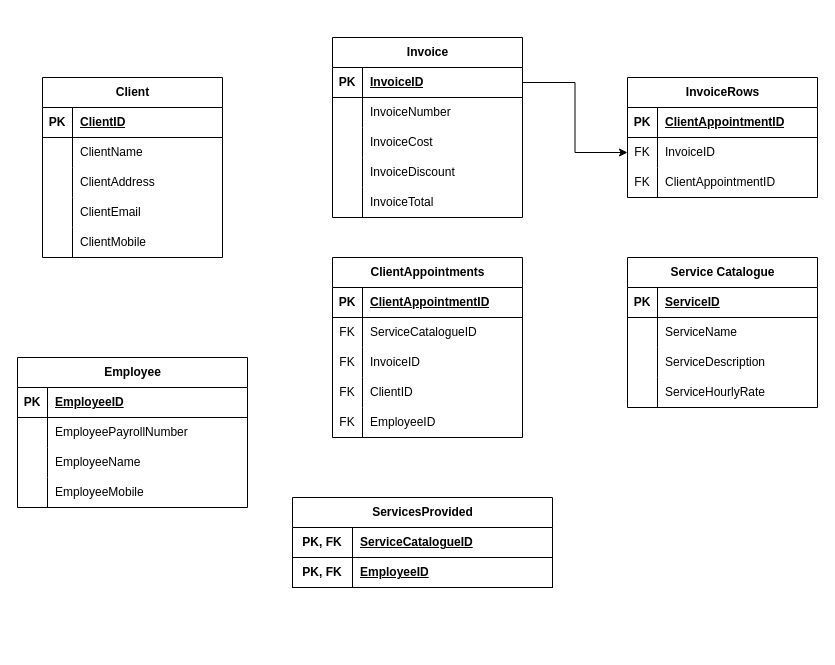
Above: DBMS/Coursework/DDI CW.drawio in 07prajwal2000/UWS---Works-and-Assignments (draw.io), before the change. Source tidied: cells renumbered, new cells numbered last; positions are measured from the earlier drawing's top-left corner, leaving out a move shared by most shapes. Both pictures are drawn from the tidied source at 100%, with x=0, y=0 at pixel (17, 37).
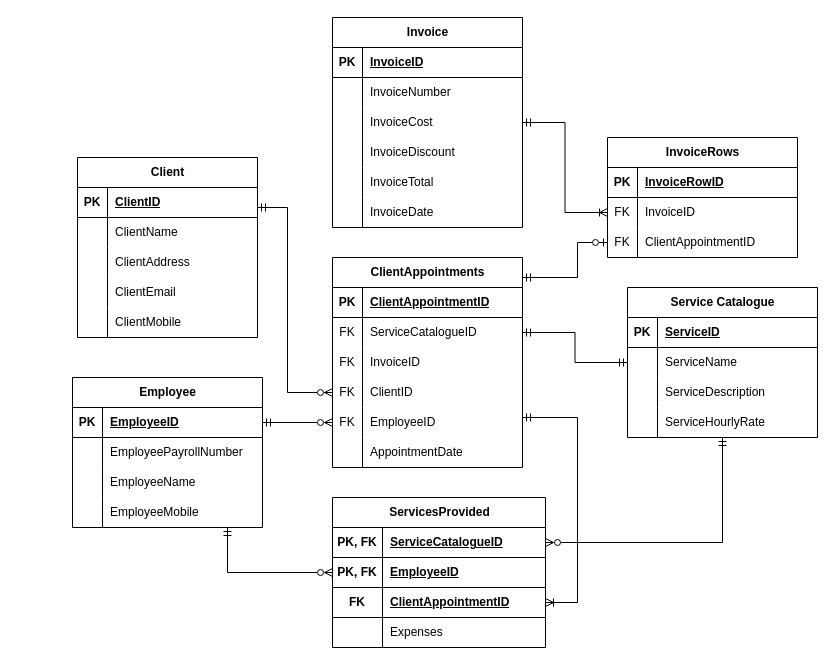
After the change.

The change refers to these unchanged cells:
```xml
<mxCell id="45" style="shape=tableRow;horizontal=0;startSize=0;swimlaneHead=0;swimlaneBody=0;fillColor=none;points=[[0,0.5],[1,0.5]];portConstraint=eastwest;top=0;left=0;right=0;bottom=1;" parent="44" vertex="1">
  <mxGeometry y="30" width="190" height="30" as="geometry" />
</mxCell>
<mxCell id="64" style="shape=tableRow;horizontal=0;startSize=0;swimlaneHead=0;swimlaneBody=0;fillColor=none;points=[[0,0.5],[1,0.5]];portConstraint=eastwest;top=0;left=0;right=0;bottom=0;" parent="60" vertex="1">
  <mxGeometry y="60" width="190" height="30" as="geometry" />
</mxCell>
<mxCell id="70" style="shape=tableRow;horizontal=0;startSize=0;swimlaneHead=0;swimlaneBody=0;fillColor=none;points=[[0,0.5],[1,0.5]];portConstraint=eastwest;top=0;left=0;right=0;bottom=0;" parent="60" vertex="1">
  <mxGeometry y="120" width="190" height="30" as="geometry" />
</mxCell>
<mxCell id="73" style="shape=tableRow;horizontal=0;startSize=0;swimlaneHead=0;swimlaneBody=0;fillColor=none;points=[[0,0.5],[1,0.5]];portConstraint=eastwest;top=0;left=0;right=0;bottom=0;" parent="60" vertex="1">
  <mxGeometry y="150" width="190" height="30" as="geometry" />
</mxCell>
<mxCell id="84" style="shape=tableRow;horizontal=0;startSize=0;swimlaneHead=0;swimlaneBody=0;fillColor=none;top=0;left=0;right=0;bottom=1;" parent="83" vertex="1">
  <mxGeometry y="30" width="190" height="30" as="geometry" />
</mxCell>
<mxCell id="87" style="shape=tableRow;horizontal=0;startSize=0;swimlaneHead=0;swimlaneBody=0;fillColor=none;points=[[0,0.5],[1,0.5]];portConstraint=eastwest;top=0;left=0;right=0;bottom=0;" parent="83" vertex="1">
  <mxGeometry y="60" width="190" height="30" as="geometry" />
</mxCell>
<mxCell id="90" style="shape=tableRow;horizontal=0;startSize=0;swimlaneHead=0;swimlaneBody=0;fillColor=none;points=[[0,0.5],[1,0.5]];portConstraint=eastwest;top=0;left=0;right=0;bottom=0;" parent="83" vertex="1">
  <mxGeometry y="90" width="190" height="30" as="geometry" />
</mxCell>
```

Diff of the diagram source:
```diff
@@
     <mxCell id="2" value="Client" style="shape=table;startSize=30;childLayout=tableLayout;rowLines=0;fontStyle=1;align=center;html=1;" parent="1" vertex="1">
-      <mxGeometry x="25" y="40" width="180" height="180" as="geometry" />
+      <mxGeometry x="60" y="120" width="180" height="180" as="geometry" />
     </mxCell>
@@
     <mxCell id="18" value="Employee" style="shape=table;startSize=30;childLayout=tableLayout;rowLines=0;fontStyle=1;align=center;html=1;" parent="1" vertex="1">
-      <mxGeometry y="320" width="230" height="150" as="geometry" />
+      <mxGeometry x="55" y="340" width="190" height="150" as="geometry" />
     </mxCell>
     <mxCell id="19" style="shape=tableRow;horizontal=0;startSize=0;swimlaneHead=0;swimlaneBody=0;fillColor=none;points=[[0,0.5],[1,0.5]];portConstraint=eastwest;top=0;left=0;right=0;bottom=1;" parent="18" vertex="1">
-      <mxGeometry y="30" width="230" height="30" as="geometry" />
+      <mxGeometry y="30" width="190" height="30" as="geometry" />
     </mxCell>
@@
     <mxCell id="21" value="EmployeeID" style="shape=partialRectangle;fillColor=none;top=0;left=0;bottom=0;right=0;align=left;spacingLeft=6;fontStyle=5;overflow=hidden;whiteSpace=wrap;html=1;" parent="19" vertex="1">
-      <mxGeometry x="30" width="200" height="30" as="geometry" />
+      <mxGeometry x="30" width="160" height="30" as="geometry" />
     </mxCell>
     <mxCell id="22" style="shape=tableRow;horizontal=0;startSize=0;swimlaneHead=0;swimlaneBody=0;fillColor=none;top=0;left=0;right=0;bottom=0;" parent="18" vertex="1">
-      <mxGeometry y="60" width="230" height="30" as="geometry" />
+      <mxGeometry y="60" width="190" height="30" as="geometry" />
     </mxCell>
@@
     <mxCell id="24" value="EmployeePayrollNumber" style="shape=partialRectangle;fillColor=none;top=0;left=0;bottom=0;right=0;align=left;spacingLeft=6;overflow=hidden;whiteSpace=wrap;html=1;" parent="22" vertex="1">
-      <mxGeometry x="30" width="200" height="30" as="geometry" />
+      <mxGeometry x="30" width="160" height="30" as="geometry" />
     </mxCell>
     <mxCell id="25" style="shape=tableRow;horizontal=0;startSize=0;swimlaneHead=0;swimlaneBody=0;fillColor=none;top=0;left=0;right=0;bottom=0;" parent="18" vertex="1">
-      <mxGeometry y="90" width="230" height="30" as="geometry" />
+      <mxGeometry y="90" width="190" height="30" as="geometry" />
     </mxCell>
@@
     <mxCell id="27" value="EmployeeName" style="shape=partialRectangle;fillColor=none;top=0;left=0;bottom=0;right=0;align=left;spacingLeft=6;overflow=hidden;whiteSpace=wrap;html=1;" parent="25" vertex="1">
-      <mxGeometry x="30" width="200" height="30" as="geometry" />
+      <mxGeometry x="30" width="160" height="30" as="geometry" />
     </mxCell>
     <mxCell id="28" style="shape=tableRow;horizontal=0;startSize=0;swimlaneHead=0;swimlaneBody=0;fillColor=none;top=0;left=0;right=0;bottom=0;" parent="18" vertex="1">
-      <mxGeometry y="120" width="230" height="30" as="geometry" />
+      <mxGeometry y="120" width="190" height="30" as="geometry" />
     </mxCell>
@@
     <mxCell id="30" value="EmployeeMobile" style="shape=partialRectangle;fillColor=none;top=0;left=0;bottom=0;right=0;align=left;spacingLeft=6;overflow=hidden;whiteSpace=wrap;html=1;" parent="28" vertex="1">
-      <mxGeometry x="30" width="200" height="30" as="geometry" />
+      <mxGeometry x="30" width="160" height="30" as="geometry" />
     </mxCell>
     <mxCell id="31" value="Service Catalogue" style="shape=table;startSize=30;childLayout=tableLayout;rowLines=0;fontStyle=1;align=center;html=1;" parent="1" vertex="1">
-      <mxGeometry x="610" y="220" width="190" height="150" as="geometry" />
+      <mxGeometry x="610" y="250" width="190" height="150" as="geometry" />
     </mxCell>
@@
     <mxCell id="44" value="Invoice" style="shape=table;startSize=30;childLayout=tableLayout;rowLines=0;fontStyle=1;align=center;html=1;" parent="1" vertex="1">
-      <mxGeometry x="315" width="190" height="180" as="geometry" />
+      <mxGeometry x="315" y="-20" width="190" height="210" as="geometry" />
     </mxCell>
@@
+    <mxCell id="94" style="shape=tableRow;horizontal=0;startSize=0;swimlaneHead=0;swimlaneBody=0;fillColor=none;top=0;left=0;right=0;bottom=0;" parent="44" vertex="1">
+      <mxGeometry y="180" width="190" height="30" as="geometry" />
+    </mxCell>
+    <mxCell id="95" style="shape=partialRectangle;fillColor=none;top=0;left=0;bottom=0;right=0;overflow=hidden;whiteSpace=wrap;html=1;" parent="94" vertex="1">
+      <mxGeometry width="30" height="30" as="geometry" />
+    </mxCell>
+    <mxCell id="96" value="InvoiceDate" style="shape=partialRectangle;fillColor=none;top=0;left=0;bottom=0;right=0;align=left;spacingLeft=6;overflow=hidden;whiteSpace=wrap;html=1;" parent="94" vertex="1">
+      <mxGeometry x="30" width="160" height="30" as="geometry" />
+    </mxCell>
     <mxCell id="60" value="ClientAppointments" style="shape=table;startSize=30;childLayout=tableLayout;rowLines=0;fontStyle=1;align=center;html=1;" parent="1" vertex="1">
-      <mxGeometry x="315" y="220" width="190" height="180" as="geometry" />
+      <mxGeometry x="315" y="220" width="190" height="210" as="geometry" />
     </mxCell>
@@
-    <mxCell id="76" value="ServicesProvided" style="shape=table;startSize=30;childLayout=tableLayout;rowLines=0;fontStyle=1;align=center;html=1;" parent="1" vertex="1">
-      <mxGeometry x="275" y="460" width="260" height="90" as="geometry" />
-    </mxCell>
-    <mxCell id="77" style="shape=tableRow;horizontal=0;startSize=0;swimlaneHead=0;swimlaneBody=0;fillColor=none;top=0;left=0;right=0;bottom=1;" parent="76" vertex="1">
-      <mxGeometry y="30" width="260" height="30" as="geometry" />
-    </mxCell>
-    <mxCell id="78" value="PK, FK" style="shape=partialRectangle;fillColor=none;top=0;left=0;bottom=0;right=0;fontStyle=1;overflow=hidden;whiteSpace=wrap;html=1;" parent="77" vertex="1">
-      <mxGeometry width="60" height="30" as="geometry" />
-    </mxCell>
-    <mxCell id="79" value="ServiceCatalogueID" style="shape=partialRectangle;fillColor=none;top=0;left=0;bottom=0;right=0;align=left;spacingLeft=6;fontStyle=5;overflow=hidden;whiteSpace=wrap;html=1;" parent="77" vertex="1">
-      <mxGeometry x="60" width="200" height="30" as="geometry" />
-    </mxCell>
-    <mxCell id="80" style="shape=tableRow;horizontal=0;startSize=0;swimlaneHead=0;swimlaneBody=0;fillColor=none;top=0;left=0;right=0;bottom=1;" parent="76" vertex="1">
-      <mxGeometry y="60" width="260" height="30" as="geometry" />
-    </mxCell>
-    <mxCell id="81" value="PK, FK" style="shape=partialRectangle;fillColor=none;top=0;left=0;bottom=0;right=0;fontStyle=1;overflow=hidden;whiteSpace=wrap;html=1;" parent="80" vertex="1">
-      <mxGeometry width="60" height="30" as="geometry" />
-    </mxCell>
-    <mxCell id="82" value="EmployeeID" style="shape=partialRectangle;fillColor=none;top=0;left=0;bottom=0;right=0;align=left;spacingLeft=6;fontStyle=5;overflow=hidden;whiteSpace=wrap;html=1;" parent="80" vertex="1">
-      <mxGeometry x="60" width="200" height="30" as="geometry" />
-    </mxCell>
+    <mxCell id="97" style="shape=tableRow;horizontal=0;startSize=0;swimlaneHead=0;swimlaneBody=0;fillColor=none;top=0;left=0;right=0;bottom=0;" parent="60" vertex="1">
+      <mxGeometry y="180" width="190" height="30" as="geometry" />
+    </mxCell>
+    <mxCell id="98" style="shape=partialRectangle;fillColor=none;top=0;left=0;bottom=0;right=0;overflow=hidden;whiteSpace=wrap;html=1;" parent="97" vertex="1">
+      <mxGeometry width="30" height="30" as="geometry" />
+    </mxCell>
+    <mxCell id="99" value="AppointmentDate" style="shape=partialRectangle;fillColor=none;top=0;left=0;bottom=0;right=0;align=left;spacingLeft=6;overflow=hidden;whiteSpace=wrap;html=1;" parent="97" vertex="1">
+      <mxGeometry x="30" width="160" height="30" as="geometry" />
+    </mxCell>
     <mxCell id="83" value="InvoiceRows" style="shape=table;startSize=30;childLayout=tableLayout;rowLines=0;fontStyle=1;align=center;html=1;" parent="1" vertex="1">
-      <mxGeometry x="610" y="40" width="190" height="120" as="geometry" />
+      <mxGeometry x="590" y="100" width="190" height="120" as="geometry" />
     </mxCell>
@@
-    <mxCell id="86" value="ClientAppointmentID" style="shape=partialRectangle;fillColor=none;top=0;left=0;bottom=0;right=0;align=left;spacingLeft=6;fontStyle=5;overflow=hidden;whiteSpace=wrap;html=1;" parent="84" vertex="1">
+    <mxCell id="86" value="InvoiceRowID" style="shape=partialRectangle;fillColor=none;top=0;left=0;bottom=0;right=0;align=left;spacingLeft=6;fontStyle=5;overflow=hidden;whiteSpace=wrap;html=1;" parent="84" vertex="1">
       <mxGeometry x="30" width="160" height="30" as="geometry" />
     </mxCell>
@@
-    <mxCell id="93" style="edgeStyle=orthogonalEdgeStyle;rounded=0;jettySize=auto;html=1;exitX=1;exitY=0.5;exitDx=0;exitDy=0;" parent="1" edge="1" source="45" target="87">
+    <mxCell id="93" style="edgeStyle=orthogonalEdgeStyle;rounded=0;jettySize=auto;html=1;endArrow=ERoneToMany;endFill=0;startArrow=ERmandOne;startFill=0;" parent="1" edge="1" source="44" target="87">
       <mxGeometry relative="1" as="geometry" />
     </mxCell>
+    <mxCell id="100" style="edgeStyle=orthogonalEdgeStyle;rounded=0;jettySize=auto;html=1;endArrow=ERmandOne;endFill=0;startArrow=ERzeroToOne;startFill=0;" parent="1" edge="1" source="90" target="60">
+      <mxGeometry relative="1" as="geometry">
+        <Array as="points">
+          <mxPoint x="560" y="205" />
+          <mxPoint x="560" y="240" />
+        </Array>
+      </mxGeometry>
+    </mxCell>
+    <mxCell id="101" style="edgeStyle=orthogonalEdgeStyle;rounded=0;jettySize=auto;html=1;endArrow=ERmandOne;endFill=0;startArrow=ERmandOne;startFill=0;exitX=1;exitY=0.5;exitDx=0;exitDy=0;" parent="1" edge="1" source="64" target="31">
+      <mxGeometry relative="1" as="geometry" />
+    </mxCell>
+    <mxCell id="76" value="ServicesProvided" style="shape=table;startSize=30;childLayout=tableLayout;rowLines=0;fontStyle=1;align=center;html=1;" parent="1" vertex="1">
+      <mxGeometry x="315" y="460" width="213" height="150" as="geometry" />
+    </mxCell>
+    <mxCell id="102" style="shape=tableRow;horizontal=0;startSize=0;swimlaneHead=0;swimlaneBody=0;fillColor=none;points=[[0,0.5],[1,0.5]];portConstraint=eastwest;top=0;left=0;right=0;bottom=1;" parent="76" vertex="1">
+      <mxGeometry y="30" width="213" height="30" as="geometry" />
+    </mxCell>
+    <mxCell id="103" value="PK, FK" style="shape=partialRectangle;fillColor=none;top=0;left=0;bottom=0;right=0;fontStyle=1;overflow=hidden;whiteSpace=wrap;html=1;" parent="102" vertex="1">
+      <mxGeometry width="50" height="30" as="geometry" />
+    </mxCell>
+    <mxCell id="79" value="ServiceCatalogueID" style="shape=partialRectangle;fillColor=none;top=0;left=0;bottom=0;right=0;align=left;spacingLeft=6;fontStyle=5;overflow=hidden;whiteSpace=wrap;html=1;" parent="102" vertex="1">
+      <mxGeometry x="50" width="163" height="30" as="geometry" />
+    </mxCell>
+    <mxCell id="104" style="shape=tableRow;horizontal=0;startSize=0;swimlaneHead=0;swimlaneBody=0;fillColor=none;points=[[0,0.5],[1,0.5]];portConstraint=eastwest;top=0;left=0;right=0;bottom=1;" parent="76" vertex="1">
+      <mxGeometry y="60" width="213" height="30" as="geometry" />
+    </mxCell>
+    <mxCell id="105" value="PK, FK" style="shape=partialRectangle;fillColor=none;top=0;left=0;bottom=0;right=0;fontStyle=1;overflow=hidden;whiteSpace=wrap;html=1;" parent="104" vertex="1">
+      <mxGeometry width="50" height="30" as="geometry" />
+    </mxCell>
+    <mxCell id="82" value="EmployeeID" style="shape=partialRectangle;fillColor=none;top=0;left=0;bottom=0;right=0;align=left;spacingLeft=6;fontStyle=5;overflow=hidden;whiteSpace=wrap;html=1;" parent="104" vertex="1">
+      <mxGeometry x="50" width="163" height="30" as="geometry" />
+    </mxCell>
+    <mxCell id="106" style="shape=tableRow;horizontal=0;startSize=0;swimlaneHead=0;swimlaneBody=0;fillColor=none;points=[[0,0.5],[1,0.5]];portConstraint=eastwest;top=0;left=0;right=0;bottom=1;" parent="76" vertex="1">
+      <mxGeometry y="90" width="213" height="30" as="geometry" />
+    </mxCell>
+    <mxCell id="107" value="FK" style="shape=partialRectangle;fillColor=none;top=0;left=0;bottom=0;right=0;fontStyle=1;overflow=hidden;whiteSpace=wrap;html=1;" parent="106" vertex="1">
+      <mxGeometry width="50" height="30" as="geometry" />
+    </mxCell>
+    <mxCell id="108" value="ClientAppointmentID" style="shape=partialRectangle;fillColor=none;top=0;left=0;bottom=0;right=0;align=left;spacingLeft=6;fontStyle=5;overflow=hidden;whiteSpace=wrap;html=1;" parent="106" vertex="1">
+      <mxGeometry x="50" width="163" height="30" as="geometry" />
+    </mxCell>
+    <mxCell id="109" style="shape=tableRow;horizontal=0;startSize=0;swimlaneHead=0;swimlaneBody=0;fillColor=none;top=0;left=0;right=0;bottom=0;" parent="76" vertex="1">
+      <mxGeometry y="120" width="213" height="30" as="geometry" />
+    </mxCell>
+    <mxCell id="110" style="shape=partialRectangle;fillColor=none;top=0;left=0;bottom=0;right=0;overflow=hidden;whiteSpace=wrap;html=1;" parent="109" vertex="1">
+      <mxGeometry width="50" height="30" as="geometry" />
+    </mxCell>
+    <mxCell id="111" value="Expenses" style="shape=partialRectangle;fillColor=none;top=0;left=0;bottom=0;right=0;align=left;spacingLeft=6;overflow=hidden;whiteSpace=wrap;html=1;" parent="109" vertex="1">
+      <mxGeometry x="50" width="163" height="30" as="geometry" />
+    </mxCell>
+    <mxCell id="112" style="rounded=0;jettySize=auto;html=1;exitX=1;exitY=0.5;exitDx=0;exitDy=0;entryX=0;entryY=0.5;entryDx=0;entryDy=0;elbow=vertical;edgeStyle=orthogonalEdgeStyle;endArrow=ERzeroToMany;endFill=0;startArrow=ERmandOne;startFill=0;" parent="1" edge="1" source="19" target="73">
+      <mxGeometry relative="1" as="geometry" />
+    </mxCell>
+    <mxCell id="113" style="edgeStyle=orthogonalEdgeStyle;rounded=0;jettySize=auto;html=1;exitX=1;exitY=0.5;exitDx=0;exitDy=0;endArrow=ERmandOne;endFill=0;startArrow=ERoneToMany;startFill=0;" parent="1" edge="1" source="106" target="60">
+      <mxGeometry relative="1" as="geometry">
+        <Array as="points">
+          <mxPoint x="560" y="565" />
+          <mxPoint x="560" y="380" />
+        </Array>
+      </mxGeometry>
+    </mxCell>
+    <mxCell id="114" style="edgeStyle=orthogonalEdgeStyle;rounded=0;jettySize=auto;html=1;exitX=0;exitY=0.5;exitDx=0;exitDy=0;endArrow=ERmandOne;endFill=0;startArrow=ERzeroToMany;startFill=0;" parent="1" edge="1" source="104" target="18">
+      <mxGeometry relative="1" as="geometry">
+        <Array as="points">
+          <mxPoint x="210" y="535" />
+        </Array>
+      </mxGeometry>
+    </mxCell>
+    <mxCell id="115" style="edgeStyle=orthogonalEdgeStyle;rounded=0;jettySize=auto;html=1;exitX=0;exitY=0.5;exitDx=0;exitDy=0;endArrow=ERmandOne;endFill=0;startArrow=ERzeroToMany;startFill=0;" parent="1" edge="1" source="70" target="2">
+      <mxGeometry relative="1" as="geometry">
+        <Array as="points">
+          <mxPoint x="270" y="355" />
+          <mxPoint x="270" y="170" />
+        </Array>
+      </mxGeometry>
+    </mxCell>
+    <mxCell id="116" style="edgeStyle=orthogonalEdgeStyle;rounded=0;jettySize=auto;html=1;exitX=1;exitY=0.5;exitDx=0;exitDy=0;endArrow=ERmandOne;endFill=0;startArrow=ERzeroToMany;startFill=0;" parent="1" edge="1" source="102" target="31">
+      <mxGeometry relative="1" as="geometry" />
+    </mxCell>
```
